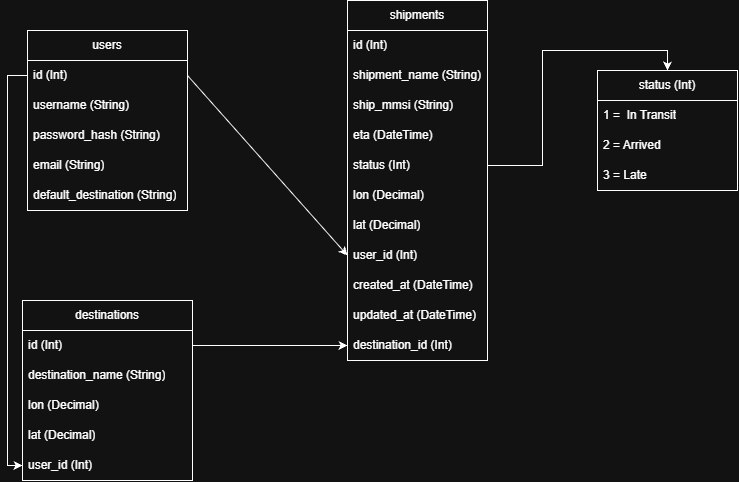
Above: Documentation/Charts/ShipmentTrackingDB.drawio.png in Timanttiso/ShipmentTracking (draw.io), before the change. Source tidied: cells renumbered, new cells last; positions are measured from the earlier drawing's top-left corner, leaving out a move shared by most shapes.
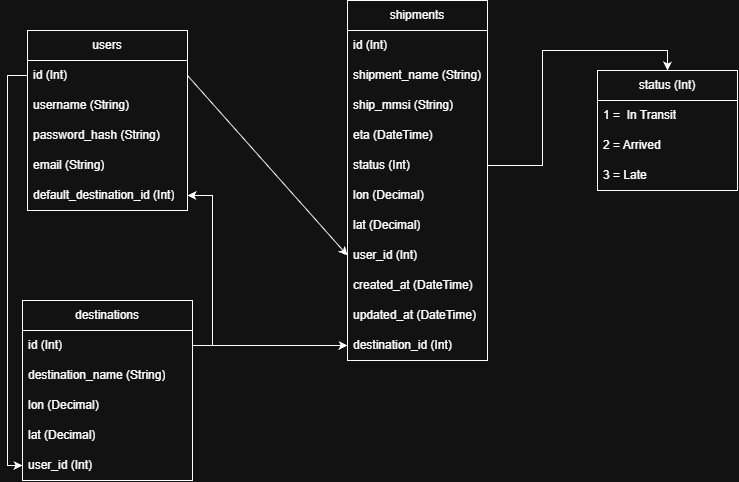
The same file after the commit.

Commit message:
Small fix to the database chart

The edit, as a diff of the source:
```diff
@@ -53,7 +53,7 @@
     <mxCell id="18" value="email (String)" style="text;strokeColor=none;fillColor=none;align=left;verticalAlign=middle;spacingLeft=4;spacingRight=4;overflow=hidden;whiteSpace=wrap;html=1;" parent="14" vertex="1">
       <mxGeometry y="120" width="160" height="30" as="geometry" />
     </mxCell>
-    <mxCell id="19" value="default_destination (String)" style="text;strokeColor=none;fillColor=none;align=left;verticalAlign=middle;spacingLeft=4;spacingRight=4;overflow=hidden;points=[[0,0.5],[1,0.5]];portConstraint=eastwest;whiteSpace=wrap;html=1;" parent="14" vertex="1">
+    <mxCell id="19" value="default_destination_id (Int)" style="text;strokeColor=none;fillColor=none;align=left;verticalAlign=middle;spacingLeft=4;spacingRight=4;overflow=hidden;points=[[0,0.5],[1,0.5]];portConstraint=eastwest;whiteSpace=wrap;html=1;" parent="14" vertex="1">
       <mxGeometry y="150" width="160" height="30" as="geometry" />
     </mxCell>
     <mxCell id="20" style="endArrow=classic;html=1;rounded=0;entryX=0;entryY=0.5;entryDx=0;entryDy=0;exitX=1;exitY=0.5;exitDx=0;exitDy=0;" parent="1" edge="1" source="15" target="10">
@@ -98,5 +98,8 @@
     <mxCell id="33" style="edgeStyle=orthogonalEdgeStyle;rounded=0;jettySize=auto;html=1;exitX=0;exitY=0.5;exitDx=0;exitDy=0;entryX=0;entryY=0.5;entryDx=0;entryDy=0;" parent="1" edge="1" source="15" target="32">
       <mxGeometry relative="1" as="geometry" />
     </mxCell>
+    <mxCell id="34" style="edgeStyle=orthogonalEdgeStyle;rounded=0;jettySize=auto;html=1;exitX=1;exitY=0.5;exitDx=0;exitDy=0;entryX=1;entryY=0.5;entryDx=0;entryDy=0;" parent="1" edge="1" source="28" target="19">
+      <mxGeometry relative="1" as="geometry" />
+    </mxCell>
   </root>
 </mxGraphModel>
```
